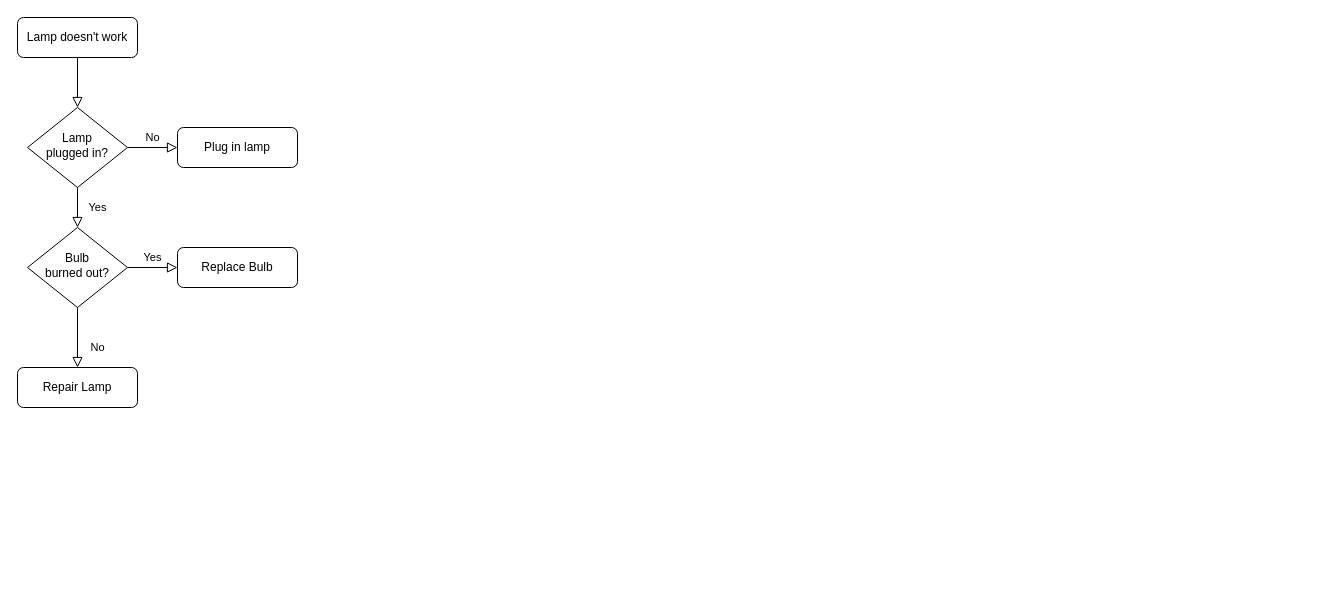
The draw.io diagram fxw.drawio in Pannet/Pannet.github.io, before the edit. Source tidied: cells renumbered, new cells numbered last; positions are measured from the earlier drawing's top-left corner, leaving out a move shared by most shapes. Both pictures are drawn from the tidied source at 100%, with x=0, y=0 at pixel (17, 17).
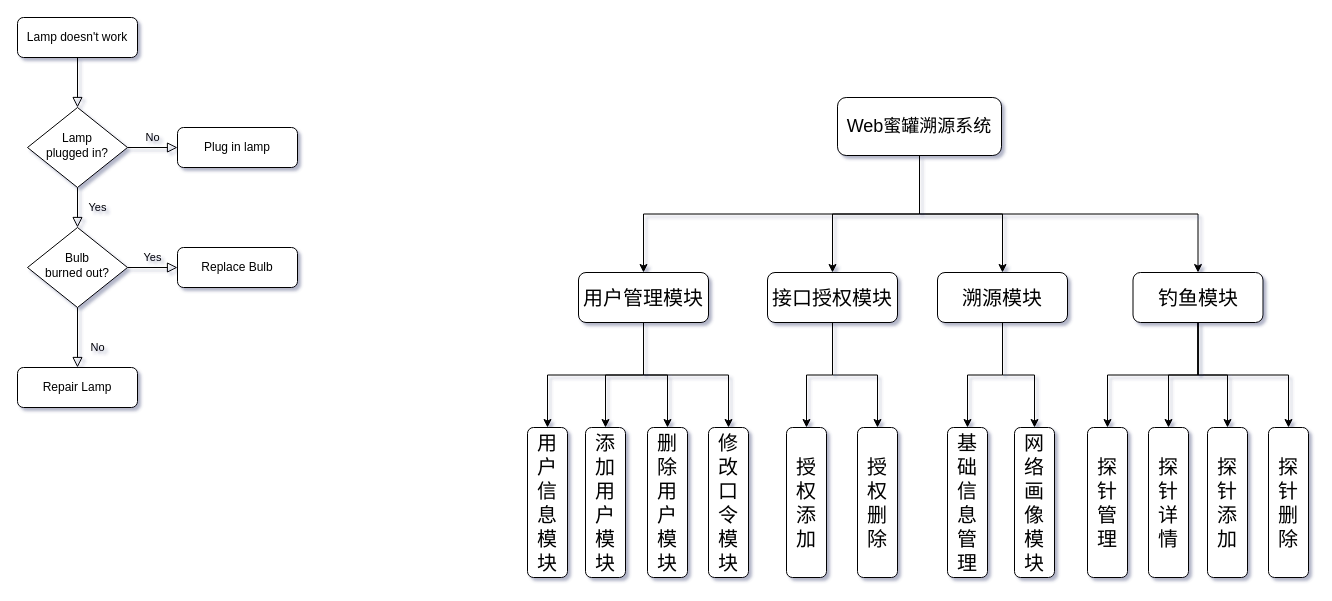
The same diagram, later.

Diff of the diagram source:
```diff
@@
-<mxGraphModel>
+<mxGraphModel shadow="1">
@@
+    <mxCell id="13" style="edgeStyle=orthogonalEdgeStyle;rounded=0;jettySize=auto;html=1;entryX=0.5;entryY=0;entryDx=0;entryDy=0;fontSize=18;" parent="1" edge="1" source="17" target="25">
+      <mxGeometry relative="1" as="geometry" />
+    </mxCell>
+    <mxCell id="14" style="edgeStyle=orthogonalEdgeStyle;rounded=0;jettySize=auto;html=1;entryX=0.5;entryY=0;entryDx=0;entryDy=0;fontSize=18;" parent="1" edge="1" source="17" target="41">
+      <mxGeometry relative="1" as="geometry" />
+    </mxCell>
+    <mxCell id="15" style="edgeStyle=orthogonalEdgeStyle;rounded=0;jettySize=auto;html=1;fontSize=18;exitX=0.5;exitY=1;exitDx=0;exitDy=0;" parent="1" edge="1" source="17" target="30">
+      <mxGeometry relative="1" as="geometry" />
+    </mxCell>
+    <mxCell id="16" style="edgeStyle=orthogonalEdgeStyle;rounded=0;jettySize=auto;html=1;entryX=0.5;entryY=0;entryDx=0;entryDy=0;fontSize=18;exitX=0.5;exitY=1;exitDx=0;exitDy=0;" parent="1" edge="1" source="17" target="22">
+      <mxGeometry relative="1" as="geometry" />
+    </mxCell>
+    <mxCell id="17" value="&lt;font style=&quot;font-size: 18px&quot;&gt;Web蜜罐溯源系统&lt;/font&gt;" style="rounded=1;whiteSpace=wrap;html=1;" parent="1" vertex="1">
+      <mxGeometry x="820" y="80" width="164" height="58" as="geometry" />
+    </mxCell>
+    <mxCell id="18" style="edgeStyle=orthogonalEdgeStyle;rounded=0;jettySize=auto;html=1;entryX=0.5;entryY=0;entryDx=0;entryDy=0;fontSize=18;" parent="1" edge="1" source="22" target="36">
+      <mxGeometry relative="1" as="geometry" />
+    </mxCell>
+    <mxCell id="19" style="edgeStyle=orthogonalEdgeStyle;rounded=0;jettySize=auto;html=1;entryX=0.5;entryY=0;entryDx=0;entryDy=0;fontSize=18;" parent="1" edge="1" source="22" target="37">
+      <mxGeometry relative="1" as="geometry" />
+    </mxCell>
+    <mxCell id="20" style="edgeStyle=orthogonalEdgeStyle;rounded=0;jettySize=auto;html=1;entryX=0.5;entryY=0;entryDx=0;entryDy=0;fontSize=18;exitX=0.5;exitY=1;exitDx=0;exitDy=0;" parent="1" edge="1" source="22" target="34">
+      <mxGeometry relative="1" as="geometry" />
+    </mxCell>
+    <mxCell id="21" style="edgeStyle=orthogonalEdgeStyle;rounded=0;jettySize=auto;html=1;entryX=0.5;entryY=0;entryDx=0;entryDy=0;fontSize=18;exitX=0.5;exitY=1;exitDx=0;exitDy=0;" parent="1" edge="1" source="22" target="38">
+      <mxGeometry relative="1" as="geometry" />
+    </mxCell>
+    <mxCell id="22" value="用户管理模块" style="rounded=1;whiteSpace=wrap;html=1;fontSize=20;" parent="1" vertex="1">
+      <mxGeometry x="561" y="255" width="130" height="50" as="geometry" />
+    </mxCell>
+    <mxCell id="23" style="edgeStyle=orthogonalEdgeStyle;rounded=0;jettySize=auto;html=1;entryX=0.5;entryY=0;entryDx=0;entryDy=0;fontSize=18;" parent="1" edge="1" source="25" target="32">
+      <mxGeometry relative="1" as="geometry" />
+    </mxCell>
+    <mxCell id="24" style="edgeStyle=orthogonalEdgeStyle;rounded=0;jettySize=auto;html=1;entryX=0.5;entryY=0;entryDx=0;entryDy=0;fontSize=18;" parent="1" edge="1" source="25" target="33">
+      <mxGeometry relative="1" as="geometry" />
+    </mxCell>
+    <mxCell id="25" value="接口授权模块" style="rounded=1;whiteSpace=wrap;html=1;fontSize=20;" parent="1" vertex="1">
+      <mxGeometry x="750" y="255" width="130" height="50" as="geometry" />
+    </mxCell>
+    <mxCell id="26" style="edgeStyle=orthogonalEdgeStyle;rounded=0;jettySize=auto;html=1;entryX=0.5;entryY=0;entryDx=0;entryDy=0;fontSize=18;exitX=0.5;exitY=1;exitDx=0;exitDy=0;" parent="1" edge="1" source="30" target="31">
+      <mxGeometry relative="1" as="geometry" />
+    </mxCell>
+    <mxCell id="27" style="edgeStyle=orthogonalEdgeStyle;rounded=0;jettySize=auto;html=1;entryX=0.5;entryY=0;entryDx=0;entryDy=0;fontSize=18;" parent="1" edge="1" source="30" target="35">
+      <mxGeometry relative="1" as="geometry" />
+    </mxCell>
+    <mxCell id="28" style="edgeStyle=orthogonalEdgeStyle;rounded=0;jettySize=auto;html=1;entryX=0.5;entryY=0;entryDx=0;entryDy=0;fontSize=18;" parent="1" edge="1" source="30" target="44">
+      <mxGeometry relative="1" as="geometry" />
+    </mxCell>
+    <mxCell id="29" style="edgeStyle=orthogonalEdgeStyle;rounded=0;jettySize=auto;html=1;entryX=0.5;entryY=0;entryDx=0;entryDy=0;fontSize=18;exitX=0.5;exitY=1;exitDx=0;exitDy=0;" parent="1" edge="1" source="30" target="45">
+      <mxGeometry relative="1" as="geometry" />
+    </mxCell>
+    <mxCell id="30" value="钓鱼模块" style="rounded=1;whiteSpace=wrap;html=1;fontSize=20;" parent="1" vertex="1">
+      <mxGeometry x="1115.5" y="255" width="130" height="50" as="geometry" />
+    </mxCell>
+    <mxCell id="31" value="探&lt;br style=&quot;font-size: 20px;&quot;&gt;针&lt;br style=&quot;font-size: 20px;&quot;&gt;管&lt;br style=&quot;font-size: 20px;&quot;&gt;理" style="rounded=1;whiteSpace=wrap;html=1;fontSize=20;rotation=0;" parent="1" vertex="1">
+      <mxGeometry x="1070" y="410" width="40" height="150" as="geometry" />
+    </mxCell>
+    <mxCell id="32" value="授&lt;br style=&quot;font-size: 20px;&quot;&gt;权&lt;br style=&quot;font-size: 20px;&quot;&gt;添&lt;br style=&quot;font-size: 20px;&quot;&gt;加" style="rounded=1;whiteSpace=wrap;html=1;fontSize=20;rotation=0;" parent="1" vertex="1">
+      <mxGeometry x="769" y="410" width="40" height="150" as="geometry" />
+    </mxCell>
+    <mxCell id="33" value="授&lt;br style=&quot;font-size: 20px;&quot;&gt;权&lt;br style=&quot;font-size: 20px;&quot;&gt;删&lt;br style=&quot;font-size: 20px;&quot;&gt;除" style="rounded=1;whiteSpace=wrap;html=1;fontSize=20;rotation=0;" parent="1" vertex="1">
+      <mxGeometry x="840" y="410" width="40" height="150" as="geometry" />
+    </mxCell>
+    <mxCell id="34" value="用&lt;br style=&quot;font-size: 20px;&quot;&gt;户&lt;br style=&quot;font-size: 20px;&quot;&gt;信&lt;br style=&quot;font-size: 20px;&quot;&gt;息&lt;br style=&quot;font-size: 20px;&quot;&gt;模&lt;br style=&quot;font-size: 20px;&quot;&gt;块" style="rounded=1;whiteSpace=wrap;html=1;fontSize=20;rotation=0;" parent="1" vertex="1">
+      <mxGeometry x="510" y="410" width="40" height="150" as="geometry" />
+    </mxCell>
+    <mxCell id="35" value="探&lt;br style=&quot;font-size: 20px;&quot;&gt;针&lt;br style=&quot;font-size: 20px;&quot;&gt;详&lt;br style=&quot;font-size: 20px;&quot;&gt;情" style="rounded=1;whiteSpace=wrap;html=1;fontSize=20;rotation=0;" parent="1" vertex="1">
+      <mxGeometry x="1131" y="410" width="40" height="150" as="geometry" />
+    </mxCell>
+    <mxCell id="36" value="添&lt;br style=&quot;font-size: 20px;&quot;&gt;加&lt;br style=&quot;font-size: 20px;&quot;&gt;用&lt;br style=&quot;font-size: 20px;&quot;&gt;户&lt;br style=&quot;font-size: 20px;&quot;&gt;模&lt;br style=&quot;font-size: 20px;&quot;&gt;块" style="rounded=1;whiteSpace=wrap;html=1;fontSize=20;rotation=0;" parent="1" vertex="1">
+      <mxGeometry x="568" y="410" width="40" height="150" as="geometry" />
+    </mxCell>
+    <mxCell id="37" value="删&lt;br style=&quot;font-size: 20px;&quot;&gt;除&lt;br style=&quot;font-size: 20px;&quot;&gt;用&lt;br style=&quot;font-size: 20px;&quot;&gt;户&lt;br style=&quot;font-size: 20px;&quot;&gt;模&lt;br style=&quot;font-size: 20px;&quot;&gt;块" style="rounded=1;whiteSpace=wrap;html=1;fontSize=20;rotation=0;" parent="1" vertex="1">
+      <mxGeometry x="630" y="410" width="40" height="150" as="geometry" />
+    </mxCell>
+    <mxCell id="38" value="修&lt;br style=&quot;font-size: 20px;&quot;&gt;改&lt;br style=&quot;font-size: 20px;&quot;&gt;口&lt;br style=&quot;font-size: 20px;&quot;&gt;令&lt;br style=&quot;font-size: 20px;&quot;&gt;模&lt;br style=&quot;font-size: 20px;&quot;&gt;块" style="rounded=1;whiteSpace=wrap;html=1;fontSize=20;rotation=0;" parent="1" vertex="1">
+      <mxGeometry x="691" y="410" width="40" height="150" as="geometry" />
+    </mxCell>
+    <mxCell id="39" style="edgeStyle=orthogonalEdgeStyle;rounded=0;jettySize=auto;html=1;fontSize=18;" parent="1" edge="1" source="41" target="42">
+      <mxGeometry relative="1" as="geometry" />
+    </mxCell>
+    <mxCell id="40" style="edgeStyle=orthogonalEdgeStyle;rounded=0;jettySize=auto;html=1;entryX=0.5;entryY=0;entryDx=0;entryDy=0;fontSize=18;" parent="1" edge="1" source="41" target="43">
+      <mxGeometry relative="1" as="geometry" />
+    </mxCell>
+    <mxCell id="41" value="溯源模块" style="rounded=1;whiteSpace=wrap;html=1;fontSize=20;" parent="1" vertex="1">
+      <mxGeometry x="920" y="255" width="130" height="50" as="geometry" />
+    </mxCell>
+    <mxCell id="42" value="基&lt;br style=&quot;font-size: 20px;&quot;&gt;础&lt;br style=&quot;font-size: 20px;&quot;&gt;信&lt;br style=&quot;font-size: 20px;&quot;&gt;息&lt;br style=&quot;font-size: 20px;&quot;&gt;管&lt;br style=&quot;font-size: 20px;&quot;&gt;理" style="rounded=1;whiteSpace=wrap;html=1;fontSize=20;rotation=0;" parent="1" vertex="1">
+      <mxGeometry x="930" y="410" width="40" height="150" as="geometry" />
+    </mxCell>
+    <mxCell id="43" value="网&lt;br style=&quot;font-size: 20px;&quot;&gt;络&lt;br style=&quot;font-size: 20px;&quot;&gt;画&lt;br style=&quot;font-size: 20px;&quot;&gt;像&lt;br style=&quot;font-size: 20px;&quot;&gt;模&lt;br style=&quot;font-size: 20px;&quot;&gt;块" style="rounded=1;whiteSpace=wrap;html=1;fontSize=20;rotation=0;" parent="1" vertex="1">
+      <mxGeometry x="997" y="410" width="40" height="150" as="geometry" />
+    </mxCell>
+    <mxCell id="44" value="探&lt;br style=&quot;font-size: 20px;&quot;&gt;针&lt;br style=&quot;font-size: 20px;&quot;&gt;添&lt;br style=&quot;font-size: 20px;&quot;&gt;加" style="rounded=1;whiteSpace=wrap;html=1;fontSize=20;rotation=0;" parent="1" vertex="1">
+      <mxGeometry x="1190" y="410" width="40" height="150" as="geometry" />
+    </mxCell>
+    <mxCell id="45" value="探&lt;br style=&quot;font-size: 20px;&quot;&gt;针&lt;br style=&quot;font-size: 20px;&quot;&gt;删&lt;br style=&quot;font-size: 20px;&quot;&gt;除" style="rounded=1;whiteSpace=wrap;html=1;fontSize=20;rotation=0;" parent="1" vertex="1">
+      <mxGeometry x="1251" y="410" width="40" height="150" as="geometry" />
+    </mxCell>
```
